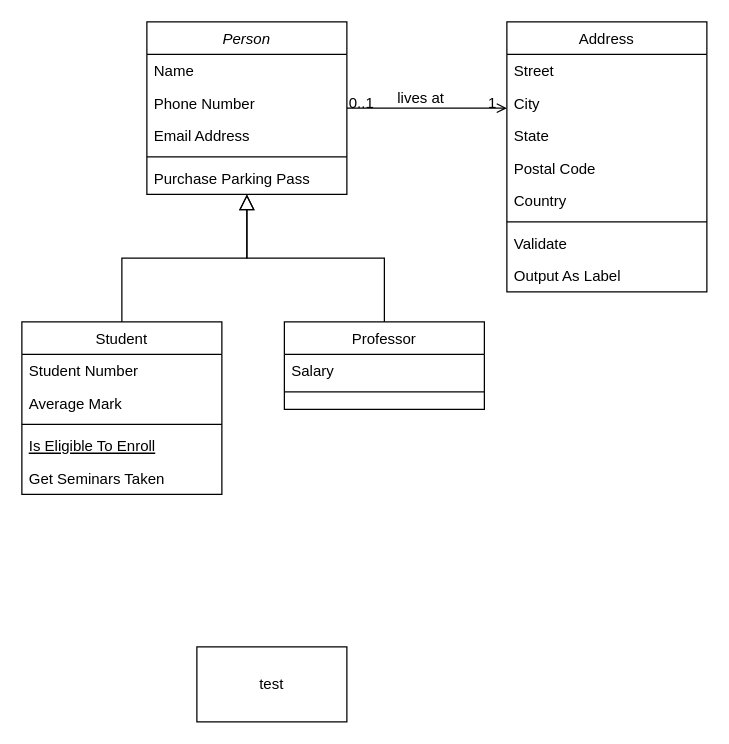
zzy347964399/pafd-automated keeps this draw.io diagram as 未命名绘图.drawio. Above is the earlier version. Source tidied: cells renumbered, new cells numbered last; positions are measured from the earlier drawing's top-left corner, leaving out a move shared by most shapes. Both pictures are drawn from the tidied source at 125%, with x=0, y=0 at pixel (21, 21).
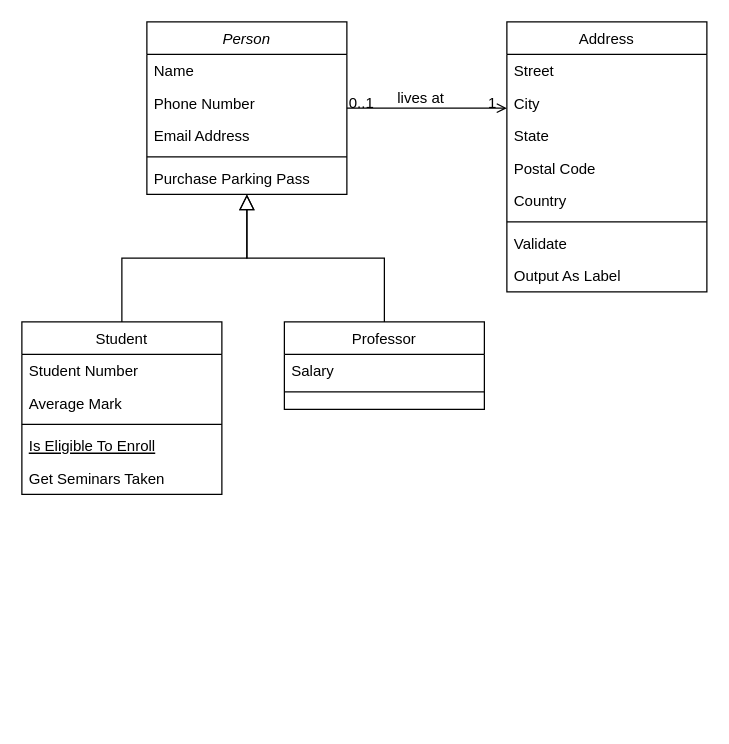
Above is the later version.

Commit message:
更新未命名绘图.drawio

Diff of the diagram source:
```diff
@@
-    <mxCell id="32" value="test&lt;br&gt;" style="rounded=0;whiteSpace=wrap;html=1;" parent="1" vertex="1">
-      <mxGeometry x="140" y="500" width="120" height="60" as="geometry" />
-    </mxCell>
```
